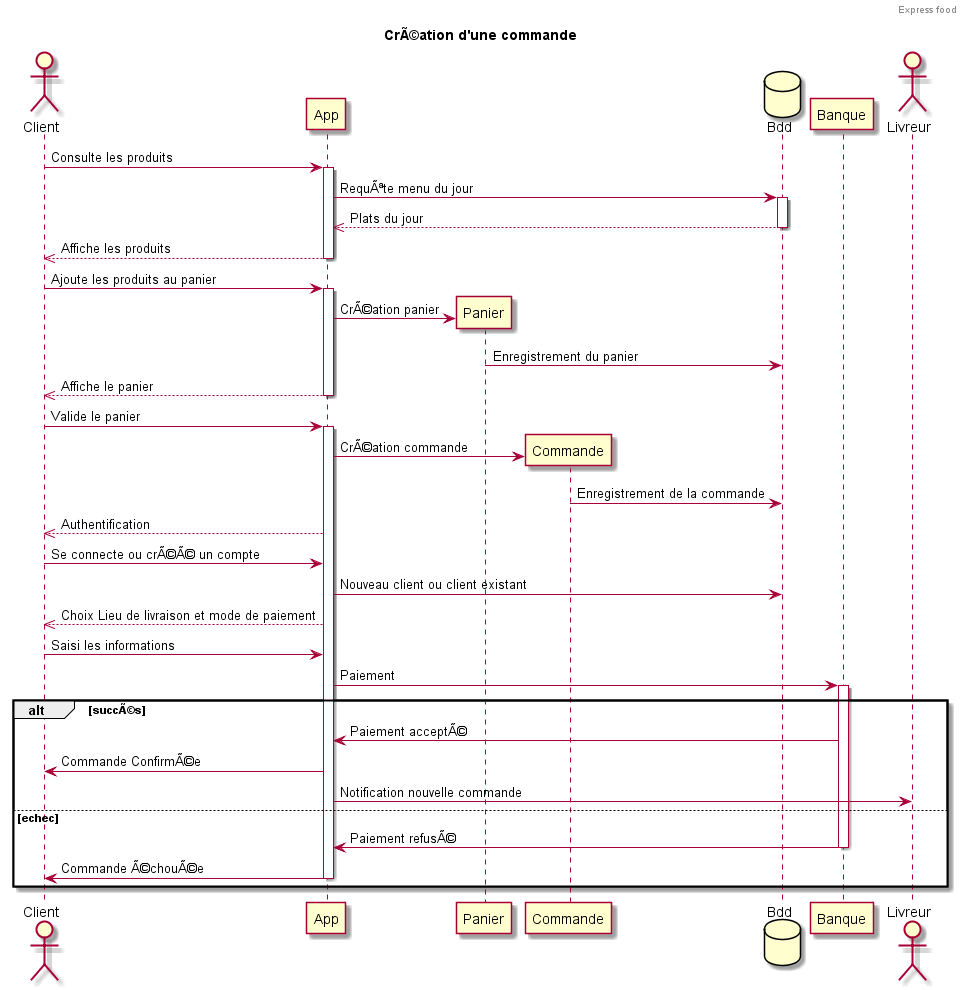
This is Order.png from ArtGM/express-food, a PlantUML export, as it was before one commit.
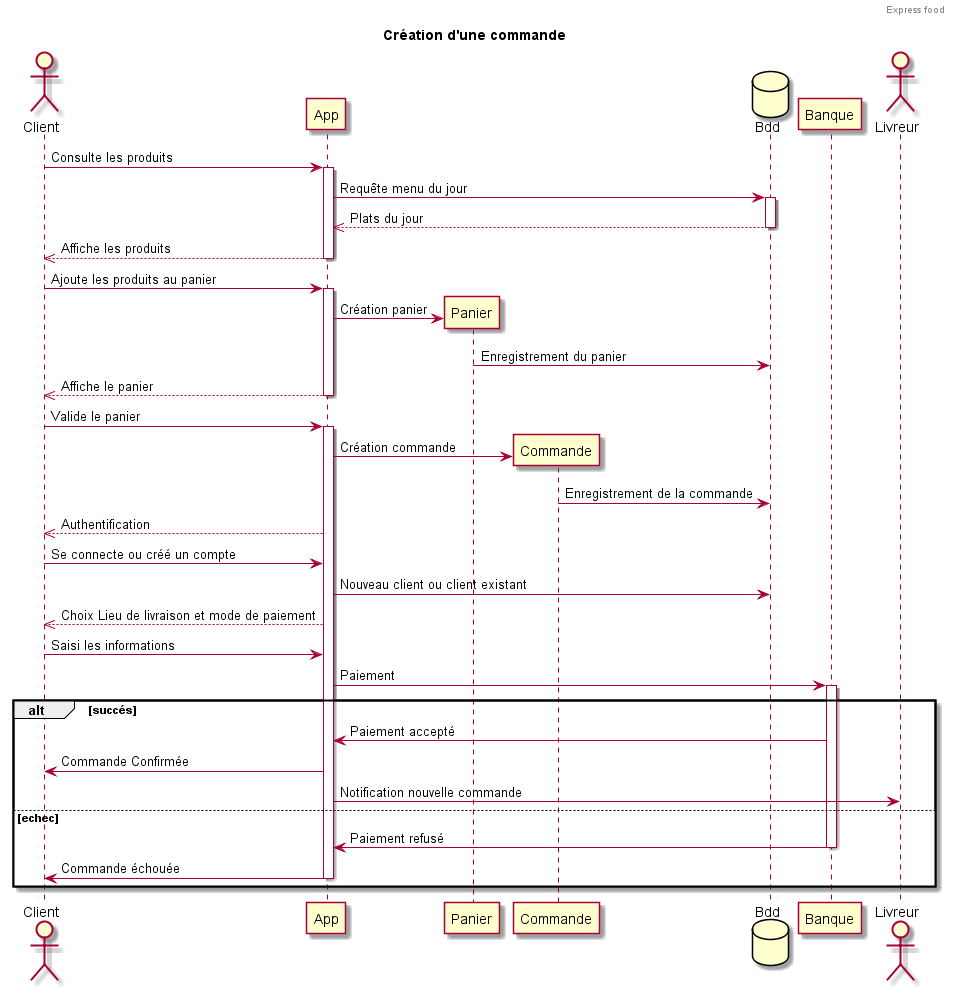
After the change.

The edit, as a diff of the source:
```diff
@@ -1,6 +1,6 @@
 @startuml
 header Express food
-title CrÃ©ation d'une commande
+title Création d'une commande
 actor Client
 participant App
 participant Panier
@@ -10,7 +10,7 @@
 actor Livreur
 Client -> App: Consulte les produits
 activate App
-App -> Bdd:  RequÃªte menu du jour
+App -> Bdd:  Requête menu du jour
 activate Bdd
 Bdd -->> App: Plats du jour
 deactivate Bdd
@@ -19,30 +19,30 @@
 Client -> App: Ajoute les produits au panier
 activate App
 create Panier
-App -> Panier: CrÃ©ation panier
+App -> Panier: Création panier
 Panier -> Bdd: Enregistrement du panier
 App -->> Client: Affiche le panier
 deactivate App
 Client -> App: Valide le panier
 activate App
 create Commande
-App -> Commande: CrÃ©ation commande
+App -> Commande: Création commande
 Commande -> Bdd: Enregistrement de la commande
 App -->> Client: Authentification
-Client -> App: Se connecte ou crÃ©Ã© un compte
+Client -> App: Se connecte ou créé un compte
 App -> Bdd: Nouveau client ou client existant
 App -->> Client: Choix Lieu de livraison et mode de paiement
 Client -> App: Saisi les informations
 App -> Banque: Paiement
-alt succÃ©s
+alt succés
 activate Banque
-  Banque -> App: Paiement acceptÃ©
-  App -> Client: Commande ConfirmÃ©e
+  Banque -> App: Paiement accepté
+  App -> Client: Commande Confirmée
   App -> Livreur: Notification nouvelle commande
 else echec
-  Banque -> App: Paiement refusÃ©
+  Banque -> App: Paiement refusé
 deactivate Banque
-  App -> Client: Commande Ã©chouÃ©e
+  App -> Client: Commande échouée
 deactivate App
 end
 @enduml
```
